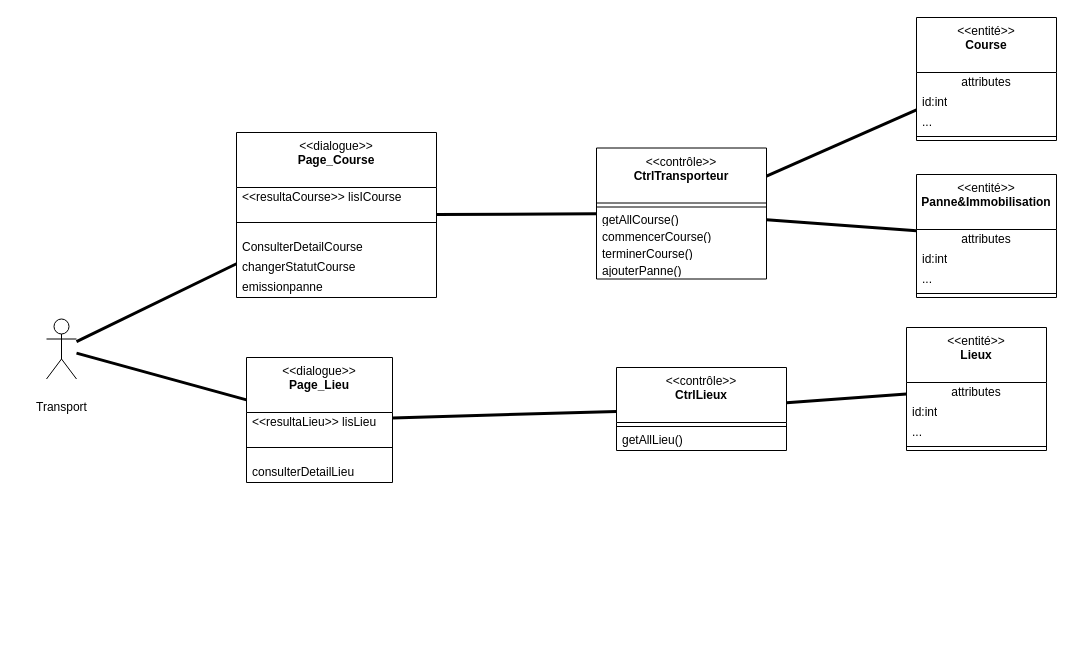
This is page "DCP-TRANSPORTEUR_GESTION-TRANSPORT" (10 of 13) of Diagramme COCAN.drawio from kbvac/Diagramme-UML, a draw.io file, before an edit. Source tidied: cells renumbered, new cells numbered last; positions are measured from the earlier drawing's top-left corner, leaving out a move shared by most shapes. Both pictures are drawn from the tidied source at 100%, with x=0, y=0 at pixel (46, 17).
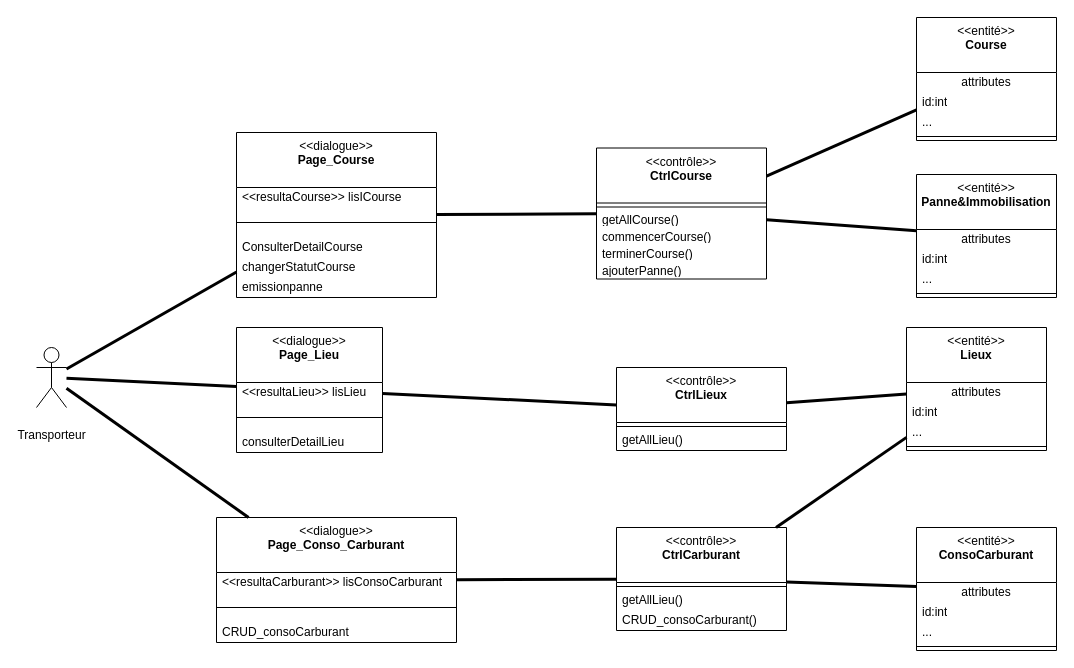
After the change.

Unchanged cells that the change refers to:
```xml
<mxCell id="32" value="&amp;lt;&amp;lt;entité&amp;gt;&amp;gt;&lt;br&gt;&lt;b&gt;Lieux&lt;br&gt;&lt;br&gt;&lt;/b&gt;" style="swimlane;fontStyle=0;align=center;verticalAlign=top;horizontal=1;startSize=55;html=1;whiteSpace=wrap;" parent="1" vertex="1">
  <mxGeometry x="860" y="310" width="140" height="123" as="geometry" />
</mxCell>
```

Diff of the diagram source:
```diff
@@
     <mxCell id="2" value="&amp;lt;&amp;lt;dialogue&amp;gt;&amp;gt;&lt;br&gt;&lt;b&gt;Page_Lieu&lt;/b&gt;" style="swimlane;fontStyle=0;align=center;verticalAlign=top;horizontal=1;startSize=55;html=1;whiteSpace=wrap;" parent="1" vertex="1">
-      <mxGeometry x="200" y="340" width="146" height="125" as="geometry" />
+      <mxGeometry x="190" y="310" width="146" height="125" as="geometry" />
     </mxCell>
@@
-    <mxCell id="18" value="&amp;lt;&amp;lt;contrôle&amp;gt;&amp;gt;&lt;br&gt;&lt;b&gt;CtrlTransporteur&lt;/b&gt;" style="swimlane;fontStyle=0;align=center;verticalAlign=top;horizontal=1;startSize=55;html=1;whiteSpace=wrap;" parent="1" vertex="1">
+    <mxCell id="18" value="&amp;lt;&amp;lt;contrôle&amp;gt;&amp;gt;&lt;br&gt;&lt;b&gt;CtrlCourse&lt;/b&gt;" style="swimlane;fontStyle=0;align=center;verticalAlign=top;horizontal=1;startSize=55;html=1;whiteSpace=wrap;" parent="1" vertex="1">
       <mxGeometry x="550" y="130.5" width="170" height="131" as="geometry" />
     </mxCell>
@@
-    <mxCell id="25" value="&lt;br&gt;Transport" style="shape=umlActor;verticalLabelPosition=bottom;verticalAlign=top;html=1;" parent="1" vertex="1">
-      <mxGeometry y="301.5" width="30" height="60" as="geometry" />
+    <mxCell id="25" value="&lt;br&gt;Transporteur" style="shape=umlActor;verticalLabelPosition=bottom;verticalAlign=top;html=1;" parent="1" vertex="1">
+      <mxGeometry x="-10" y="330" width="30" height="60" as="geometry" />
     </mxCell>
@@
+    <mxCell id="44" value="&amp;lt;&amp;lt;dialogue&amp;gt;&amp;gt;&lt;br&gt;&lt;b&gt;Page_Conso_Carburant&lt;/b&gt;" style="swimlane;fontStyle=0;align=center;verticalAlign=top;horizontal=1;startSize=55;html=1;whiteSpace=wrap;" parent="1" vertex="1">
+      <mxGeometry x="170" y="500" width="240" height="125" as="geometry" />
+    </mxCell>
+    <mxCell id="45" value="&amp;lt;&amp;lt;resultaCarburant&amp;gt;&amp;gt; lisConsoCarburant" style="text;html=1;align=left;verticalAlign=middle;spacingLeft=4;spacingRight=4;overflow=hidden;whiteSpace=wrap;" parent="44" vertex="1">
+      <mxGeometry y="55" width="240" height="20" as="geometry" />
+    </mxCell>
+    <mxCell id="46" style="line;strokeWidth=1;align=left;verticalAlign=middle;spacingTop=-1;spacingLeft=3;spacingRight=3;labelPosition=right;" parent="44" vertex="1">
+      <mxGeometry y="75" width="240" height="30" as="geometry" />
+    </mxCell>
+    <mxCell id="47" value="CRUD_consoCarburant" style="text;html=1;align=left;verticalAlign=middle;spacingLeft=4;spacingRight=4;overflow=hidden;whiteSpace=wrap;" parent="44" vertex="1">
+      <mxGeometry y="105" width="240" height="20" as="geometry" />
+    </mxCell>
+    <mxCell id="48" style="endArrow=none;startArrow=none;endFill=0;startFill=0;endSize=8;html=1;verticalAlign=bottom;labelBackgroundColor=none;strokeWidth=3;rounded=0;" parent="1" edge="1" source="25" target="44">
+      <mxGeometry relative="1" as="geometry" />
+    </mxCell>
+    <mxCell id="49" value="&amp;lt;&amp;lt;contrôle&amp;gt;&amp;gt;&lt;br&gt;&lt;b&gt;CtrlCarburant&lt;/b&gt;" style="swimlane;fontStyle=0;align=center;verticalAlign=top;horizontal=1;startSize=55;html=1;whiteSpace=wrap;" parent="1" vertex="1">
+      <mxGeometry x="570" y="510" width="170" height="103" as="geometry" />
+    </mxCell>
+    <mxCell id="50" style="line;strokeWidth=1;align=left;verticalAlign=middle;spacingTop=-1;spacingLeft=3;spacingRight=3;labelPosition=right;" parent="49" vertex="1">
+      <mxGeometry y="55" width="170" height="8" as="geometry" />
+    </mxCell>
+    <mxCell id="51" value="getAllLieu()" style="text;html=1;align=left;verticalAlign=middle;spacingLeft=4;spacingRight=4;overflow=hidden;whiteSpace=wrap;" parent="49" vertex="1">
+      <mxGeometry y="63" width="170" height="20" as="geometry" />
+    </mxCell>
+    <mxCell id="52" value="CRUD_consoCarburant()" style="text;html=1;align=left;verticalAlign=middle;spacingLeft=4;spacingRight=4;overflow=hidden;whiteSpace=wrap;" parent="49" vertex="1">
+      <mxGeometry y="83" width="170" height="20" as="geometry" />
+    </mxCell>
+    <mxCell id="53" style="endArrow=none;startArrow=none;endFill=0;startFill=0;endSize=8;html=1;verticalAlign=bottom;labelBackgroundColor=none;strokeWidth=3;rounded=0;" parent="1" edge="1" source="44" target="49">
+      <mxGeometry relative="1" as="geometry" />
+    </mxCell>
+    <mxCell id="54" style="endArrow=none;startArrow=none;endFill=0;startFill=0;endSize=8;html=1;verticalAlign=bottom;labelBackgroundColor=none;strokeWidth=3;rounded=0;" parent="1" edge="1" source="49" target="32">
+      <mxGeometry relative="1" as="geometry" />
+    </mxCell>
+    <mxCell id="55" value="&amp;lt;&amp;lt;entité&amp;gt;&amp;gt;&lt;br&gt;&lt;b&gt;ConsoCarburant&lt;br&gt;&lt;br&gt;&lt;/b&gt;" style="swimlane;fontStyle=0;align=center;verticalAlign=top;horizontal=1;startSize=55;html=1;whiteSpace=wrap;" parent="1" vertex="1">
+      <mxGeometry x="870" y="510" width="140" height="123" as="geometry" />
+    </mxCell>
+    <mxCell id="56" value="attributes" style="text;html=1;align=center;verticalAlign=middle;spacingLeft=4;spacingRight=4;overflow=hidden;whiteSpace=wrap;" parent="55" vertex="1">
+      <mxGeometry y="55" width="140" height="20" as="geometry" />
+    </mxCell>
+    <mxCell id="57" value="id:int" style="text;html=1;align=left;verticalAlign=middle;spacingLeft=4;spacingRight=4;overflow=hidden;whiteSpace=wrap;" parent="55" vertex="1">
+      <mxGeometry y="75" width="140" height="20" as="geometry" />
+    </mxCell>
+    <mxCell id="58" value="..." style="text;html=1;align=left;verticalAlign=middle;spacingLeft=4;spacingRight=4;overflow=hidden;whiteSpace=wrap;" parent="55" vertex="1">
+      <mxGeometry y="95" width="140" height="20" as="geometry" />
+    </mxCell>
+    <mxCell id="59" style="line;strokeWidth=1;align=left;verticalAlign=middle;spacingTop=-1;spacingLeft=3;spacingRight=3;labelPosition=right;" parent="55" vertex="1">
+      <mxGeometry y="115" width="140" height="8" as="geometry" />
+    </mxCell>
+    <mxCell id="60" style="endArrow=none;startArrow=none;endFill=0;startFill=0;endSize=8;html=1;verticalAlign=bottom;labelBackgroundColor=none;strokeWidth=3;rounded=0;" parent="1" edge="1" source="49" target="55">
+      <mxGeometry relative="1" as="geometry" />
+    </mxCell>
```
